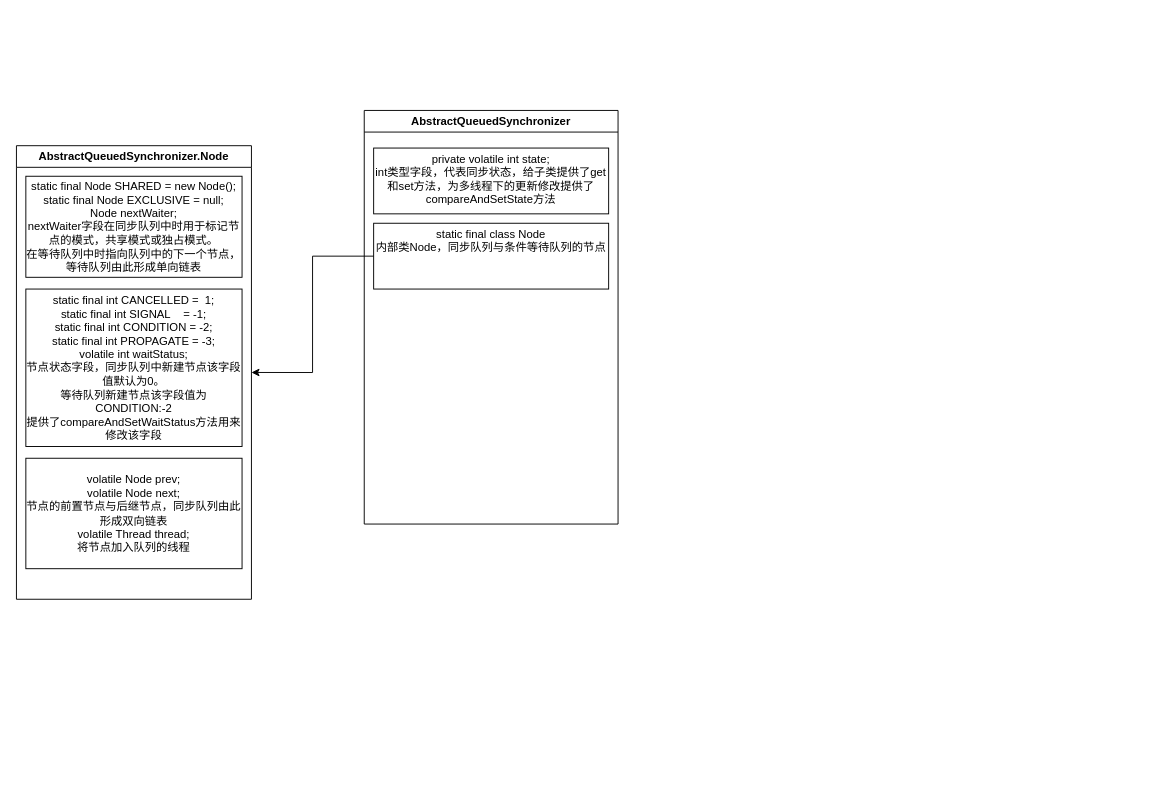
Earlier version of the draw.io diagram AbstractQueuedSynchronizer.drawio (a7956232/drawIOFiles). Source tidied: cells renumbered, new cells numbered last; positions are measured from the earlier drawing's top-left corner, leaving out a move shared by most shapes. Both pictures are drawn from the tidied source at 94%, with x=0, y=0 at pixel (16, 110).
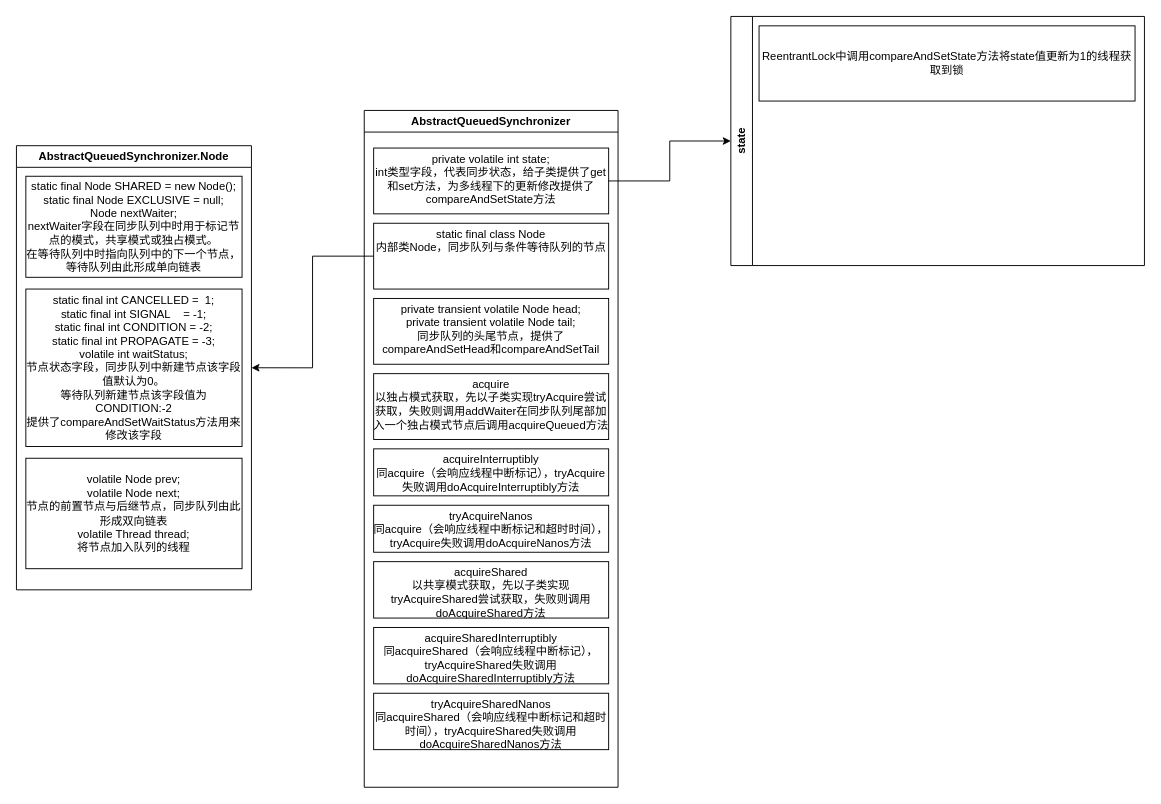
After the change.

The edit, as a diff of the source:
```diff
@@
 <mxGraphModel>
   <root>
     <mxCell id="0" />
     <mxCell id="1" parent="0" />
     <mxCell id="2" value="&lt;pre style=&quot;&quot;&gt;&lt;font style=&quot;font-size: 12px;&quot; face=&quot;Helvetica&quot;&gt;AbstractQueuedSynchronizer&lt;/font&gt;&lt;/pre&gt;" style="swimlane;whiteSpace=wrap;html=1;" parent="1" vertex="1">
-      <mxGeometry x="370" width="270" height="440" as="geometry" />
+      <mxGeometry x="370" width="270" height="720" as="geometry" />
     </mxCell>
     <mxCell id="3" value="private volatile int state;&#10;int类型字段，代表同步状态，给子类提供了get和set方法，为多线程下的更新修改提供了compareAndSetState方法" style="rounded=0;whiteSpace=wrap;labelBackgroundColor=none;fontFamily=Helvetica;fontSize=12;fontColor=#000000;verticalAlign=top;spacing=0;" parent="2" vertex="1">
       <mxGeometry x="10" y="40" width="250" height="70" as="geometry" />
     </mxCell>
-    <mxCell id="4" value="static final class Node&#10;内部类Node，同步队列与条件等待队列的节点" style="rounded=0;whiteSpace=wrap;labelBackgroundColor=#FFFFFF;fontFamily=Helvetica;fontSize=12;fontColor=#000000;verticalAlign=top;spacing=0;" parent="2" vertex="1">
+    <mxCell id="4" value="static final class Node&#10;内部类Node，同步队列与条件等待队列的节点" style="rounded=0;whiteSpace=wrap;labelBackgroundColor=none;fontFamily=Helvetica;fontSize=12;fontColor=#000000;verticalAlign=top;spacing=0;" parent="2" vertex="1">
       <mxGeometry x="10" y="120" width="250" height="70" as="geometry" />
     </mxCell>
+    <mxCell id="10" value="acquire&#10;以独占模式获取，先以子类实现tryAcquire尝试获取，失败则调用addWaiter在同步队列尾部加入一个独占模式节点后调用acquireQueued方法" style="rounded=0;labelBackgroundColor=none;fontFamily=Helvetica;fontSize=12;fontColor=#000000;verticalAlign=top;spacing=0;whiteSpace=wrap;" parent="2" vertex="1">
+      <mxGeometry x="10" y="280" width="250" height="70" as="geometry" />
+    </mxCell>
+    <mxCell id="11" value="private transient volatile Node head;&#10;private transient volatile Node tail;&#10;同步队列的头尾节点，提供了compareAndSetHead和compareAndSetTail" style="rounded=0;whiteSpace=wrap;labelBackgroundColor=none;fontFamily=Helvetica;fontSize=12;fontColor=#000000;verticalAlign=top;spacing=0;" parent="2" vertex="1">
+      <mxGeometry x="10" y="200" width="250" height="70" as="geometry" />
+    </mxCell>
+    <mxCell id="12" value="acquireInterruptibly&#10;同acquire（会响应线程中断标记），tryAcquire失败调用doAcquireInterruptibly方法" style="rounded=0;labelBackgroundColor=none;fontFamily=Helvetica;fontSize=12;fontColor=#000000;verticalAlign=top;spacing=0;whiteSpace=wrap;" parent="2" vertex="1">
+      <mxGeometry x="10" y="360" width="250" height="50" as="geometry" />
+    </mxCell>
+    <mxCell id="13" value="tryAcquireNanos&#10;同acquire（会响应线程中断标记和超时时间），tryAcquire失败调用doAcquireNanos方法" style="rounded=0;labelBackgroundColor=none;fontFamily=Helvetica;fontSize=12;fontColor=#000000;verticalAlign=top;spacing=0;whiteSpace=wrap;" parent="2" vertex="1">
+      <mxGeometry x="10" y="420" width="250" height="50" as="geometry" />
+    </mxCell>
+    <mxCell id="14" value="acquireShared&#10;以共享模式获取，先以子类实现tryAcquireShared尝试获取，失败则调用doAcquireShared方法" style="rounded=0;labelBackgroundColor=none;fontFamily=Helvetica;fontSize=12;fontColor=#000000;verticalAlign=top;spacing=0;whiteSpace=wrap;" parent="2" vertex="1">
+      <mxGeometry x="10" y="480" width="250" height="60" as="geometry" />
+    </mxCell>
+    <mxCell id="15" value="acquireSharedInterruptibly&#10;同acquireShared（会响应线程中断标记），tryAcquireShared失败调用doAcquireSharedInterruptibly方法" style="rounded=0;labelBackgroundColor=none;fontFamily=Helvetica;fontSize=12;fontColor=#000000;verticalAlign=top;spacing=0;whiteSpace=wrap;" parent="2" vertex="1">
+      <mxGeometry x="10" y="550" width="250" height="60" as="geometry" />
+    </mxCell>
+    <mxCell id="16" value="tryAcquireSharedNanos&#10;同acquireShared（会响应线程中断标记和超时时间），tryAcquireShared失败调用doAcquireSharedNanos方法" style="rounded=0;labelBackgroundColor=none;fontFamily=Helvetica;fontSize=12;fontColor=#000000;verticalAlign=top;spacing=0;whiteSpace=wrap;" parent="2" vertex="1">
+      <mxGeometry x="10" y="620" width="250" height="60" as="geometry" />
+    </mxCell>
     <mxCell id="5" value="AbstractQueuedSynchronizer.Node" style="swimlane;whiteSpace=wrap;rounded=0;labelBackgroundColor=none;strokeColor=default;fontFamily=Helvetica;fontSize=12;fontColor=#000000;fillColor=default;" parent="1" vertex="1">
-      <mxGeometry y="37.5" width="250" height="482.5" as="geometry" />
+      <mxGeometry y="37.5" width="250" height="472.5" as="geometry" />
     </mxCell>
     <mxCell id="6" value="static final Node SHARED = new Node();&lt;br&gt;static final Node EXCLUSIVE = null;&lt;br&gt;Node nextWaiter;&lt;br&gt;nextWaiter字段在同步队列中时用于标记节点的模式，共享模式或独占模式。&lt;br&gt;在等待队列中时指向队列中的下一个节点，等待队列由此形成单向链表" style="rounded=0;whiteSpace=wrap;html=1;labelBackgroundColor=none;strokeColor=default;fontFamily=Helvetica;fontSize=12;fontColor=#000000;fillColor=default;" parent="5" vertex="1">
       <mxGeometry x="10" y="32.5" width="230" height="107.5" as="geometry" />
     </mxCell>
     <mxCell id="7" value="&lt;div&gt;static final int CANCELLED =&amp;nbsp; 1;&lt;br&gt;&lt;/div&gt;&lt;div&gt;static final int SIGNAL&amp;nbsp; &amp;nbsp; = -1;&lt;/div&gt;&lt;div&gt;&lt;span style=&quot;background-color: initial;&quot;&gt;static final int CONDITION = -2;&lt;/span&gt;&lt;/div&gt;&lt;div&gt;&lt;span style=&quot;background-color: initial;&quot;&gt;static final int PROPAGATE = -3;&lt;/span&gt;&lt;/div&gt;&lt;div&gt;&lt;span style=&quot;background-color: initial;&quot;&gt;volatile int waitStatus;&lt;/span&gt;&lt;/div&gt;&lt;div&gt;&lt;span style=&quot;background-color: initial;&quot;&gt;节点状态字段，同步队列中新建节点该字段值默认为0。&lt;/span&gt;&lt;/div&gt;&lt;div&gt;&lt;span style=&quot;background-color: initial;&quot;&gt;等待队列新建节点该字段值为CONDITION:-2&lt;/span&gt;&lt;/div&gt;&lt;div&gt;&lt;span style=&quot;background-color: initial;&quot;&gt;提供了&lt;/span&gt;compareAndSetWaitStatus方法用来修改该字段&lt;/div&gt;" style="rounded=0;whiteSpace=wrap;html=1;labelBackgroundColor=none;strokeColor=default;fontFamily=Helvetica;fontSize=12;fontColor=#000000;fillColor=default;" parent="5" vertex="1">
       <mxGeometry x="10" y="152.5" width="230" height="167.5" as="geometry" />
     </mxCell>
     <mxCell id="8" value="volatile Node prev;&lt;br&gt;volatile Node next;&lt;br&gt;节点的前置节点与后继节点，同步队列由此形成双向链表&lt;br&gt;volatile Thread thread;&lt;br&gt;将节点加入队列的线程" style="rounded=0;whiteSpace=wrap;html=1;labelBackgroundColor=none;strokeColor=default;fontFamily=Helvetica;fontSize=12;fontColor=#000000;fillColor=default;" parent="5" vertex="1">
       <mxGeometry x="10" y="332.5" width="230" height="117.5" as="geometry" />
     </mxCell>
     <mxCell id="9" style="edgeStyle=orthogonalEdgeStyle;rounded=0;jettySize=auto;html=1;fontFamily=Helvetica;fontSize=12;fontColor=#000000;entryX=1;entryY=0.5;entryDx=0;entryDy=0;" parent="1" edge="1" source="4" target="5">
       <mxGeometry relative="1" as="geometry" />
     </mxCell>
+    <mxCell id="17" style="edgeStyle=orthogonalEdgeStyle;rounded=0;jettySize=auto;html=1;fontFamily=Helvetica;fontSize=12;fontColor=#000000;entryX=0;entryY=0.5;entryDx=0;entryDy=0;" parent="1" edge="1" source="3" target="18">
+      <mxGeometry relative="1" as="geometry" />
+    </mxCell>
+    <mxCell id="18" value="state" style="swimlane;horizontal=0;whiteSpace=wrap;html=1;rounded=0;labelBackgroundColor=none;strokeColor=default;fontFamily=Helvetica;fontSize=12;fontColor=#000000;fillColor=default;" parent="1" vertex="1">
+      <mxGeometry x="760" y="-100" width="440" height="265" as="geometry" />
+    </mxCell>
+    <mxCell id="19" value="ReentrantLock中调用compareAndSetState方法将state值更新为1的线程获取到锁" style="rounded=0;whiteSpace=wrap;html=1;labelBackgroundColor=none;strokeColor=default;fontFamily=Helvetica;fontSize=12;fontColor=#000000;fillColor=default;" parent="18" vertex="1">
+      <mxGeometry x="30" y="10" width="400" height="80" as="geometry" />
+    </mxCell>
   </root>
 </mxGraphModel>
```
